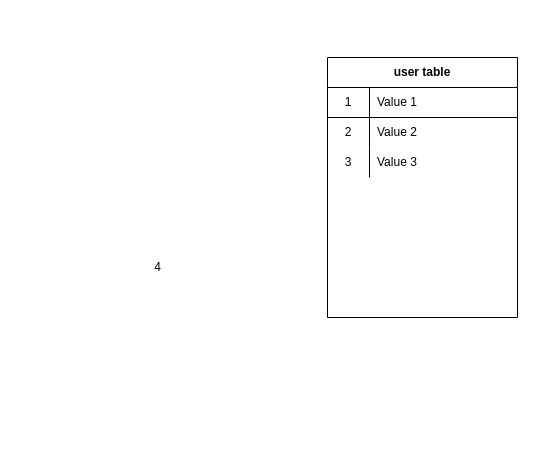
Before: docker/app.drawio in kento-hasegawa/F-community, a draw.io diagram. Source tidied: cells renumbered, new cells numbered last; positions are measured from the earlier drawing's top-left corner, leaving out a move shared by most shapes. Both pictures are drawn from the tidied source at 100%, with x=0, y=0 at pixel (147, 57).
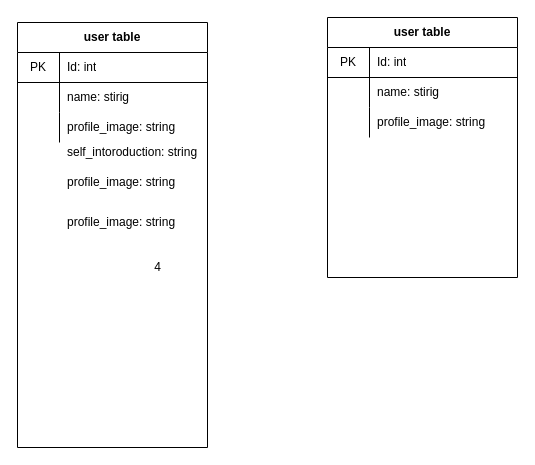
The same diagram, later.

Unchanged cells that the change refers to:
```xml
<mxCell id="3" style="shape=partialRectangle;html=1;whiteSpace=wrap;fillColor=none;top=0;left=0;bottom=1;right=0;" parent="2" vertex="1">
  <mxGeometry y="30" width="190" height="30" as="geometry" />
</mxCell>
<mxCell id="6" style="shape=partialRectangle;html=1;whiteSpace=wrap;fillColor=none;top=0;left=0;bottom=0;right=0;" parent="2" vertex="1">
  <mxGeometry y="60" width="190" height="30" as="geometry" />
</mxCell>
<mxCell id="9" style="shape=partialRectangle;html=1;whiteSpace=wrap;fillColor=none;top=0;left=0;bottom=0;right=0;" parent="2" vertex="1">
  <mxGeometry y="90" width="190" height="30" as="geometry" />
</mxCell>
```

Change to the diagram source:
```diff
@@
     <mxCell id="2" value="user table" style="shape=table;html=1;whiteSpace=wrap;startSize=30;childLayout=tableLayout;rowLines=0;fontStyle=1;align=center;fillColor=none;" parent="1" vertex="1">
-      <mxGeometry x="180" width="190" height="260" as="geometry" />
+      <mxGeometry x="-130" y="-35" width="190" height="425" as="geometry" />
     </mxCell>
@@
-    <mxCell id="4" value="1" style="shape=partialRectangle;html=1;whiteSpace=wrap;fillColor=none;top=0;left=0;bottom=0;right=0;overflow=hidden;" parent="3" vertex="1">
+    <mxCell id="4" value="PK" style="shape=partialRectangle;html=1;whiteSpace=wrap;fillColor=none;top=0;left=0;bottom=0;right=0;overflow=hidden;" parent="3" vertex="1">
       <mxGeometry width="42" height="30" as="geometry" />
     </mxCell>
-    <mxCell id="5" value="Value 1" style="shape=partialRectangle;html=1;whiteSpace=wrap;fillColor=none;top=0;left=0;bottom=0;right=0;align=left;spacingLeft=6;overflow=hidden;strokeColor=none;strokeWidth=1;" parent="3" vertex="1">
+    <mxCell id="5" value="Id: int" style="shape=partialRectangle;html=1;whiteSpace=wrap;fillColor=none;top=0;left=0;bottom=0;right=0;align=left;spacingLeft=6;overflow=hidden;strokeColor=none;strokeWidth=1;" parent="3" vertex="1">
       <mxGeometry x="42" width="148" height="30" as="geometry" />
     </mxCell>
@@
-    <mxCell id="7" value="2" style="shape=partialRectangle;html=1;whiteSpace=wrap;fillColor=none;top=0;left=0;bottom=0;right=0;overflow=hidden;" parent="6" vertex="1">
+    <mxCell id="7" style="shape=partialRectangle;html=1;whiteSpace=wrap;fillColor=none;top=0;left=0;bottom=0;right=0;overflow=hidden;" parent="6" vertex="1">
       <mxGeometry width="42" height="30" as="geometry" />
     </mxCell>
-    <mxCell id="8" value="Value 2" style="shape=partialRectangle;html=1;whiteSpace=wrap;fillColor=none;top=0;left=0;bottom=0;right=0;align=left;spacingLeft=6;overflow=hidden;" parent="6" vertex="1">
+    <mxCell id="8" value="name: stirig" style="shape=partialRectangle;html=1;whiteSpace=wrap;fillColor=none;top=0;left=0;bottom=0;right=0;align=left;spacingLeft=6;overflow=hidden;" parent="6" vertex="1">
       <mxGeometry x="42" width="148" height="30" as="geometry" />
     </mxCell>
@@
-    <mxCell id="10" value="3" style="shape=partialRectangle;html=1;whiteSpace=wrap;fillColor=none;top=0;left=0;bottom=0;right=0;overflow=hidden;" parent="9" vertex="1">
+    <mxCell id="10" style="shape=partialRectangle;html=1;whiteSpace=wrap;fillColor=none;top=0;left=0;bottom=0;right=0;overflow=hidden;" parent="9" vertex="1">
       <mxGeometry width="42" height="30" as="geometry" />
     </mxCell>
-    <mxCell id="11" value="Value 3" style="shape=partialRectangle;html=1;whiteSpace=wrap;fillColor=none;top=0;left=0;bottom=0;right=0;align=left;spacingLeft=6;overflow=hidden;" parent="9" vertex="1">
+    <mxCell id="11" value="profile_image: string" style="shape=partialRectangle;html=1;whiteSpace=wrap;fillColor=none;top=0;left=0;bottom=0;right=0;align=left;spacingLeft=6;overflow=hidden;" parent="9" vertex="1">
       <mxGeometry x="42" width="148" height="30" as="geometry" />
     </mxCell>
@@
+    <mxCell id="13" value="user table" style="shape=table;html=1;whiteSpace=wrap;startSize=30;childLayout=tableLayout;rowLines=0;fontStyle=1;align=center;fillColor=none;" parent="1" vertex="1">
+      <mxGeometry x="180" y="-40" width="190" height="260" as="geometry" />
+    </mxCell>
+    <mxCell id="14" style="shape=partialRectangle;html=1;whiteSpace=wrap;fillColor=none;top=0;left=0;bottom=1;right=0;" parent="13" vertex="1">
+      <mxGeometry y="30" width="190" height="30" as="geometry" />
+    </mxCell>
+    <mxCell id="15" value="PK" style="shape=partialRectangle;html=1;whiteSpace=wrap;fillColor=none;top=0;left=0;bottom=0;right=0;overflow=hidden;" parent="14" vertex="1">
+      <mxGeometry width="42" height="30" as="geometry" />
+    </mxCell>
+    <mxCell id="16" value="Id: int" style="shape=partialRectangle;html=1;whiteSpace=wrap;fillColor=none;top=0;left=0;bottom=0;right=0;align=left;spacingLeft=6;overflow=hidden;strokeColor=none;strokeWidth=1;" parent="14" vertex="1">
+      <mxGeometry x="42" width="148" height="30" as="geometry" />
+    </mxCell>
+    <mxCell id="17" style="shape=partialRectangle;html=1;whiteSpace=wrap;fillColor=none;top=0;left=0;bottom=0;right=0;" parent="13" vertex="1">
+      <mxGeometry y="60" width="190" height="30" as="geometry" />
+    </mxCell>
+    <mxCell id="18" style="shape=partialRectangle;html=1;whiteSpace=wrap;fillColor=none;top=0;left=0;bottom=0;right=0;overflow=hidden;" parent="17" vertex="1">
+      <mxGeometry width="42" height="30" as="geometry" />
+    </mxCell>
+    <mxCell id="19" value="name: stirig" style="shape=partialRectangle;html=1;whiteSpace=wrap;fillColor=none;top=0;left=0;bottom=0;right=0;align=left;spacingLeft=6;overflow=hidden;" parent="17" vertex="1">
+      <mxGeometry x="42" width="148" height="30" as="geometry" />
+    </mxCell>
+    <mxCell id="20" style="shape=partialRectangle;html=1;whiteSpace=wrap;fillColor=none;top=0;left=0;bottom=0;right=0;" parent="13" vertex="1">
+      <mxGeometry y="90" width="190" height="30" as="geometry" />
+    </mxCell>
+    <mxCell id="21" style="shape=partialRectangle;html=1;whiteSpace=wrap;fillColor=none;top=0;left=0;bottom=0;right=0;overflow=hidden;" parent="20" vertex="1">
+      <mxGeometry width="42" height="30" as="geometry" />
+    </mxCell>
+    <mxCell id="22" value="profile_image: string" style="shape=partialRectangle;html=1;whiteSpace=wrap;fillColor=none;top=0;left=0;bottom=0;right=0;align=left;spacingLeft=6;overflow=hidden;" parent="20" vertex="1">
+      <mxGeometry x="42" width="148" height="30" as="geometry" />
+    </mxCell>
+    <mxCell id="23" value="self_intoroduction: string" style="shape=partialRectangle;html=1;whiteSpace=wrap;fillColor=none;top=0;left=0;bottom=0;right=0;align=left;spacingLeft=6;overflow=hidden;" parent="1" vertex="1">
+      <mxGeometry x="-88" y="80" width="148" height="30" as="geometry" />
+    </mxCell>
+    <mxCell id="24" value="profile_image: string" style="shape=partialRectangle;html=1;whiteSpace=wrap;fillColor=none;top=0;left=0;bottom=0;right=0;align=left;spacingLeft=6;overflow=hidden;" parent="1" vertex="1">
+      <mxGeometry x="-88" y="110" width="148" height="30" as="geometry" />
+    </mxCell>
+    <mxCell id="25" value="profile_image: string" style="shape=partialRectangle;html=1;whiteSpace=wrap;fillColor=none;top=0;left=0;bottom=0;right=0;align=left;spacingLeft=6;overflow=hidden;" parent="1" vertex="1">
+      <mxGeometry x="-88" y="150" width="148" height="30" as="geometry" />
+    </mxCell>
```
